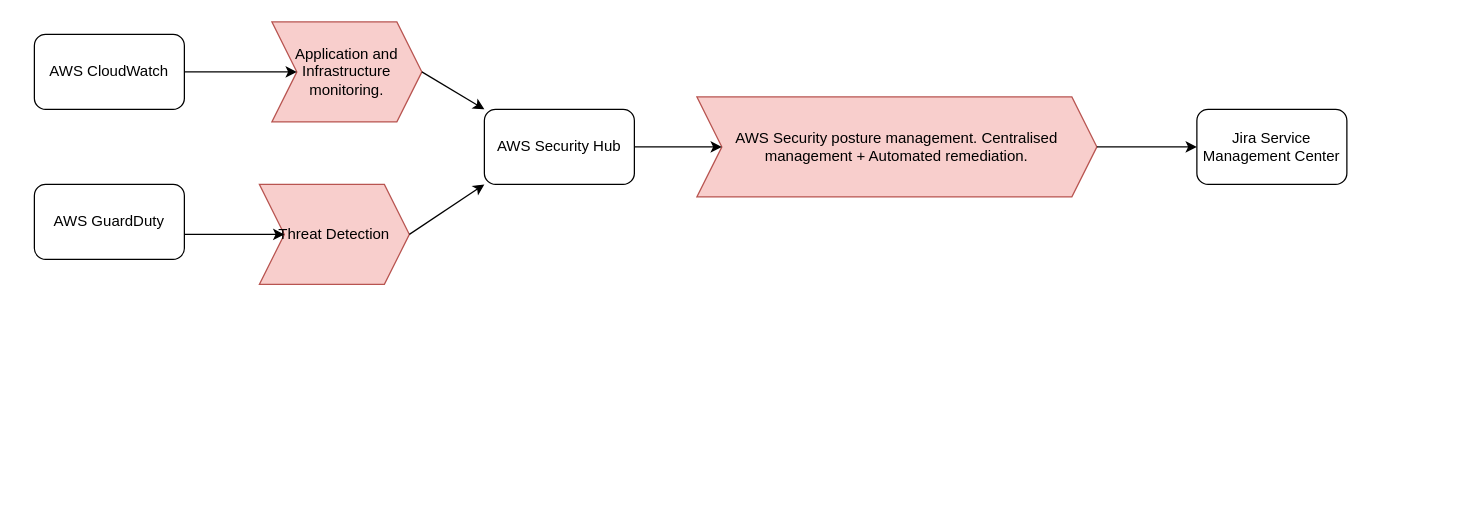
The draw.io diagram Untitled Diagram.drawio in Bradders64/SA-IAC, before the edit. Source tidied: cells renumbered, new cells numbered last; positions are measured from the earlier drawing's top-left corner, leaving out a move shared by most shapes. Both pictures are drawn from the tidied source at 125%, with x=0, y=0 at pixel (34, 21).
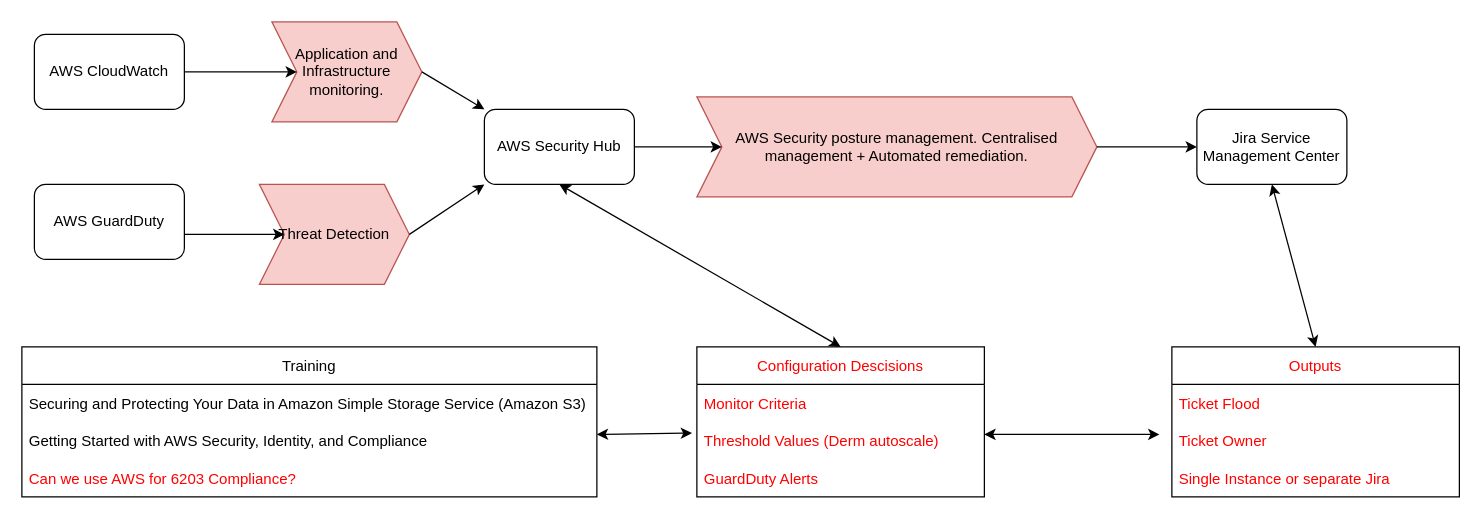
After the change.

Unchanged cells that the change refers to:
```xml
<mxCell id="5" value="AWS Security Hub" style="rounded=1;whiteSpace=wrap;html=1;" parent="1" vertex="1">
  <mxGeometry x="360" y="70" width="120" height="60" as="geometry" />
</mxCell>
<mxCell id="8" value="Jira Service Management Center" style="rounded=1;whiteSpace=wrap;html=1;" parent="1" vertex="1">
  <mxGeometry x="930" y="70" width="120" height="60" as="geometry" />
</mxCell>
```

The edit, as a diff of the source:
```diff
@@
+    <mxCell id="15" value="Training" style="swimlane;fontStyle=0;horizontal=1;startSize=30;" parent="1" vertex="1">
+      <mxGeometry x="-10" y="260" width="460" height="120" as="geometry" />
+    </mxCell>
+    <mxCell id="16" value="Securing and Protecting Your Data in Amazon Simple Storage Service (Amazon S3)" style="text;strokeColor=none;fillColor=none;align=left;verticalAlign=middle;spacingLeft=4;spacingRight=4;overflow=hidden;" parent="15" vertex="1">
+      <mxGeometry y="30" width="460" height="30" as="geometry" />
+    </mxCell>
+    <mxCell id="17" value="Getting Started with AWS Security, Identity, and Compliance" style="text;strokeColor=none;fillColor=none;align=left;verticalAlign=middle;spacingLeft=4;spacingRight=4;overflow=hidden;" parent="15" vertex="1">
+      <mxGeometry y="60" width="460" height="30" as="geometry" />
+    </mxCell>
+    <mxCell id="18" value="Can we use AWS for 6203 Compliance?" style="text;strokeColor=none;fillColor=none;align=left;verticalAlign=middle;spacingLeft=4;spacingRight=4;overflow=hidden;fontColor=#FF0000;" parent="15" vertex="1">
+      <mxGeometry y="90" width="460" height="30" as="geometry" />
+    </mxCell>
+    <mxCell id="19" value="Configuration Descisions" style="swimlane;fontStyle=0;horizontal=1;startSize=30;fontColor=#FF0000;" parent="1" vertex="1">
+      <mxGeometry x="530" y="260" width="230" height="120" as="geometry" />
+    </mxCell>
+    <mxCell id="20" value="Monitor Criteria" style="text;strokeColor=none;fillColor=none;align=left;verticalAlign=middle;spacingLeft=4;spacingRight=4;overflow=hidden;fontColor=#FF0000;" parent="19" vertex="1">
+      <mxGeometry y="30" width="230" height="30" as="geometry" />
+    </mxCell>
+    <mxCell id="21" value="Threshold Values (Derm autoscale)" style="text;strokeColor=none;fillColor=none;align=left;verticalAlign=middle;spacingLeft=4;spacingRight=4;overflow=hidden;points=[[0,0.5],[1,0.5]];portConstraint=eastwest;fontColor=#FF0000;" parent="19" vertex="1">
+      <mxGeometry y="60" width="230" height="30" as="geometry" />
+    </mxCell>
+    <mxCell id="22" value="GuardDuty Alerts" style="text;strokeColor=none;fillColor=none;align=left;verticalAlign=middle;spacingLeft=4;spacingRight=4;overflow=hidden;fontColor=#FF0000;" parent="19" vertex="1">
+      <mxGeometry y="90" width="230" height="30" as="geometry" />
+    </mxCell>
+    <mxCell id="23" value="Outputs" style="swimlane;fontStyle=0;horizontal=1;startSize=30;fontColor=#FF0000;" parent="1" vertex="1">
+      <mxGeometry x="910" y="260" width="230" height="120" as="geometry" />
+    </mxCell>
+    <mxCell id="24" value="Ticket Flood" style="text;strokeColor=none;fillColor=none;align=left;verticalAlign=middle;spacingLeft=4;spacingRight=4;overflow=hidden;fontColor=#FF0000;" parent="23" vertex="1">
+      <mxGeometry y="30" width="230" height="30" as="geometry" />
+    </mxCell>
+    <mxCell id="25" value="Ticket Owner" style="text;strokeColor=none;fillColor=none;align=left;verticalAlign=middle;spacingLeft=4;spacingRight=4;overflow=hidden;fontColor=#FF0000;" parent="23" vertex="1">
+      <mxGeometry y="60" width="230" height="30" as="geometry" />
+    </mxCell>
+    <mxCell id="26" value="Single Instance or separate Jira" style="text;strokeColor=none;fillColor=none;align=left;verticalAlign=middle;spacingLeft=4;spacingRight=4;overflow=hidden;fontColor=#FF0000;" parent="23" vertex="1">
+      <mxGeometry y="90" width="230" height="30" as="geometry" />
+    </mxCell>
+    <mxCell id="27" style="endArrow=classic;startArrow=classic;html=1;rounded=0;fontColor=#FF0000;entryX=-0.017;entryY=0.3;entryDx=0;entryDy=0;entryPerimeter=0;" parent="1" edge="1" target="21">
+      <mxGeometry relative="1" as="geometry">
+        <mxPoint x="450" y="330" as="sourcePoint" />
+      </mxGeometry>
+    </mxCell>
+    <mxCell id="28" style="endArrow=classic;startArrow=classic;html=1;rounded=0;fontColor=#FF0000;" parent="1" edge="1">
+      <mxGeometry relative="1" as="geometry">
+        <mxPoint x="760" y="330" as="sourcePoint" />
+        <mxPoint x="900" y="330" as="targetPoint" />
+      </mxGeometry>
+    </mxCell>
+    <mxCell id="29" style="endArrow=classic;startArrow=classic;html=1;rounded=0;fontColor=#FF0000;exitX=0.5;exitY=0;exitDx=0;exitDy=0;entryX=0.5;entryY=1;entryDx=0;entryDy=0;" parent="1" edge="1" source="19" target="5">
+      <mxGeometry relative="1" as="geometry" />
+    </mxCell>
+    <mxCell id="30" style="endArrow=classic;startArrow=classic;html=1;rounded=0;fontColor=#FF0000;exitX=0.5;exitY=0;exitDx=0;exitDy=0;entryX=0.5;entryY=1;entryDx=0;entryDy=0;" parent="1" edge="1" source="23" target="8">
+      <mxGeometry relative="1" as="geometry" />
+    </mxCell>
```
